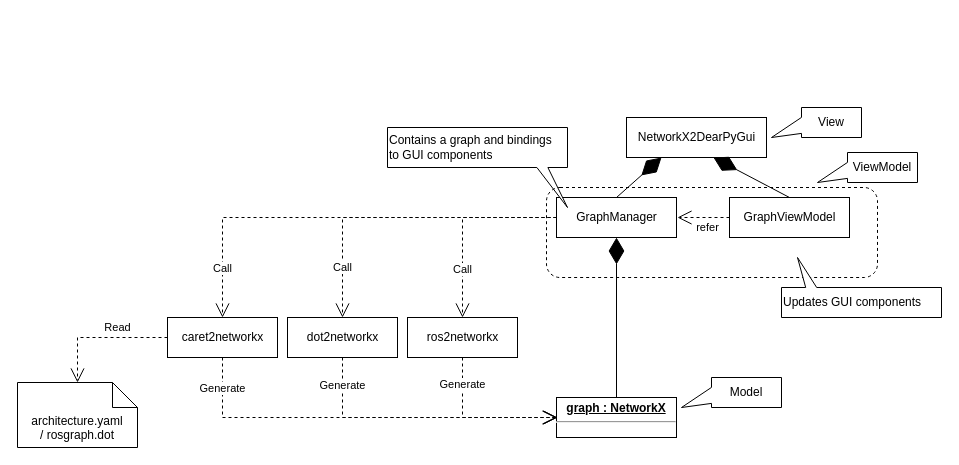
The draw.io diagram page "design" (2 of 2) of 00_docs/design.drawio in iwatake2222/dear_ros_node_viewer, before the edit. Source tidied: cells renumbered, new cells numbered last; positions are measured from the earlier drawing's top-left corner, leaving out a move shared by most shapes. Both pictures are drawn from the tidied source at 100%, with x=0, y=0 at pixel (17, 107).
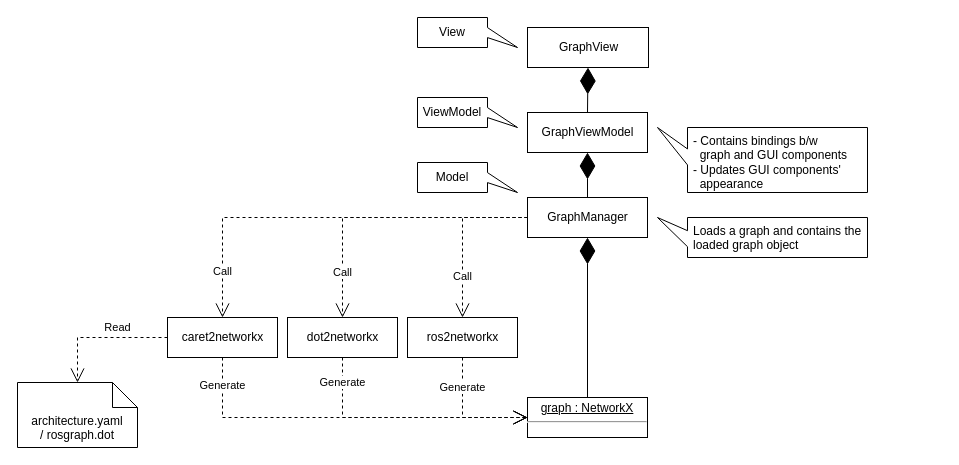
The same diagram, later.

Commit message (it also covers changes not shown here):
rename networkx2dearpygui to graph_view

The change refers to these unchanged cells:
```xml
<mxCell id="5" value="dot2networkx" style="html=1;" parent="1" vertex="1">
  <mxGeometry x="270" y="210" width="110" height="40" as="geometry" />
</mxCell>
<mxCell id="6" value="ros2networkx" style="html=1;" parent="1" vertex="1">
  <mxGeometry x="390" y="210" width="110" height="40" as="geometry" />
</mxCell>
```

What changed in the source:
```diff
@@
     <mxCell id="2" value="GraphManager" style="html=1;" parent="1" vertex="1">
-      <mxGeometry x="539" y="90" width="120" height="40" as="geometry" />
+      <mxGeometry x="510" y="90" width="120" height="40" as="geometry" />
     </mxCell>
-    <mxCell id="3" value="NetworkX2DearPyGui" style="html=1;" parent="1" vertex="1">
-      <mxGeometry x="609" y="10" width="140" height="40" as="geometry" />
+    <mxCell id="3" value="GraphView" style="html=1;" parent="1" vertex="1">
+      <mxGeometry x="510" y="-80" width="121" height="40" as="geometry" />
     </mxCell>
@@
-    <mxCell id="7" value="&lt;p style=&quot;margin: 0px ; margin-top: 4px ; text-align: center ; text-decoration: underline&quot;&gt;&lt;b&gt;graph : NetworkX&lt;/b&gt;&lt;/p&gt;&lt;hr&gt;&lt;p style=&quot;margin: 0px ; margin-left: 8px&quot;&gt;&lt;br&gt;&lt;/p&gt;" style="verticalAlign=top;align=left;overflow=fill;fontSize=12;fontFamily=Helvetica;html=1;" parent="1" vertex="1">
-      <mxGeometry x="539" y="290" width="120" height="40" as="geometry" />
+    <mxCell id="7" value="&lt;p style=&quot;margin: 0px ; margin-top: 4px ; text-align: center ; text-decoration: underline&quot;&gt;graph : NetworkX&lt;/p&gt;&lt;hr&gt;&lt;p style=&quot;margin: 0px ; margin-left: 8px&quot;&gt;&lt;br&gt;&lt;/p&gt;" style="verticalAlign=top;align=left;overflow=fill;fontSize=12;fontFamily=Helvetica;html=1;" parent="1" vertex="1">
+      <mxGeometry x="510" y="290" width="120" height="40" as="geometry" />
     </mxCell>
@@
-    <mxCell id="10" style="endArrow=diamondThin;endFill=1;endSize=24;html=1;entryX=0.25;entryY=1;entryDx=0;entryDy=0;exitX=0.5;exitY=0;exitDx=0;exitDy=0;" parent="1" edge="1" source="2" target="3">
+    <mxCell id="10" style="endArrow=diamondThin;endFill=1;endSize=24;html=1;entryX=0.5;entryY=1;entryDx=0;entryDy=0;exitX=0.5;exitY=0;exitDx=0;exitDy=0;" parent="1" edge="1" source="2" target="21">
       <mxGeometry relative="1" as="geometry" />
     </mxCell>
@@
     <mxCell id="14" value="Generate" style="endArrow=open;endSize=12;dashed=1;html=1;exitX=0.5;exitY=1;exitDx=0;exitDy=0;edgeStyle=orthogonalEdgeStyle;rounded=0;" parent="1" edge="1" source="6">
-      <mxGeometry x="-0.64" relative="1" as="geometry">
-        <mxPoint x="540" y="310" as="targetPoint" />
+      <mxGeometry x="-0.52" relative="1" as="geometry">
+        <mxPoint x="510" y="310" as="targetPoint" />
         <Array as="points">
           <mxPoint x="445" y="310" />
         </Array>
-        <mxPoint y="-1" as="offset" />
       </mxGeometry>
     </mxCell>
     <mxCell id="15" value="Generate" style="endArrow=open;endSize=12;dashed=1;html=1;exitX=0.5;exitY=1;exitDx=0;exitDy=0;edgeStyle=orthogonalEdgeStyle;rounded=0;" parent="1" edge="1" source="5">
       <mxGeometry x="-0.79" relative="1" as="geometry">
-        <mxPoint x="540" y="310" as="targetPoint" />
+        <mxPoint x="510" y="310" as="targetPoint" />
         <Array as="points">
           <mxPoint x="325" y="310" />
         </Array>
         <mxPoint y="-1" as="offset" />
       </mxGeometry>
     </mxCell>
@@
-    <mxCell id="18" value="ViewModel" style="shape=callout;whiteSpace=wrap;html=1;perimeter=calloutPerimeter;size=30;position=0.33;base=16;position2=1;direction=south;" parent="1" vertex="1">
-      <mxGeometry x="800" y="45" width="100" height="30" as="geometry" />
+    <mxCell id="18" value="ViewModel" style="shape=callout;whiteSpace=wrap;html=1;perimeter=calloutPerimeter;size=30;position=0.33;base=10;position2=0;direction=north;" parent="1" vertex="1">
+      <mxGeometry x="400" y="-10" width="100" height="30" as="geometry" />
     </mxCell>
-    <mxCell id="19" value="View" style="shape=callout;whiteSpace=wrap;html=1;perimeter=calloutPerimeter;size=30;position=0.33;base=16;position2=1;direction=south;" parent="1" vertex="1">
-      <mxGeometry x="754" width="90" height="30" as="geometry" />
-    </mxCell>
-    <mxCell id="20" value="Model" style="shape=callout;whiteSpace=wrap;html=1;perimeter=calloutPerimeter;size=30;position=0.33;base=16;position2=1;direction=south;" parent="1" vertex="1">
-      <mxGeometry x="664" y="270" width="100" height="30" as="geometry" />
-    </mxCell>
     <mxCell id="21" value="GraphViewModel" style="html=1;" parent="1" vertex="1">
-      <mxGeometry x="712" y="90" width="120" height="40" as="geometry" />
+      <mxGeometry x="510" y="5" width="120" height="40" as="geometry" />
     </mxCell>
-    <mxCell id="22" style="endArrow=diamondThin;endFill=1;endSize=24;html=1;entryX=0.621;entryY=1;entryDx=0;entryDy=0;exitX=0.5;exitY=0;exitDx=0;exitDy=0;entryPerimeter=0;" parent="1" edge="1" source="21" target="3">
+    <mxCell id="22" style="endArrow=diamondThin;endFill=1;endSize=24;html=1;exitX=0.5;exitY=0;exitDx=0;exitDy=0;entryX=0.5;entryY=1;entryDx=0;entryDy=0;" parent="1" edge="1" source="21" target="3">
       <mxGeometry relative="1" as="geometry" />
     </mxCell>
-    <mxCell id="23" value="Contains a graph and bindings&lt;br&gt;to GUI components" style="shape=callout;whiteSpace=wrap;html=1;perimeter=calloutPerimeter;size=40;position=0.83;base=11;position2=1;direction=east;align=left;" parent="1" vertex="1">
-      <mxGeometry x="370" y="20" width="180" height="80" as="geometry" />
-    </mxCell>
-    <mxCell id="24" style="rounded=1;whiteSpace=wrap;html=1;fillColor=none;dashed=1;" parent="1" vertex="1">
-      <mxGeometry x="529" y="80" width="331" height="90" as="geometry" />
-    </mxCell>
-    <mxCell id="25" value="refer" style="endArrow=open;endSize=12;dashed=1;html=1;exitX=0;exitY=0.5;exitDx=0;exitDy=0;edgeStyle=orthogonalEdgeStyle;rounded=0;" parent="1" edge="1" source="21">
-      <mxGeometry x="-0.15" y="10" relative="1" as="geometry">
-        <mxPoint x="660" y="110" as="targetPoint" />
-      </mxGeometry>
-    </mxCell>
-    <mxCell id="26" value="Updates GUI components" style="shape=callout;whiteSpace=wrap;html=1;perimeter=calloutPerimeter;size=30;position=0.78;base=11;position2=0.9;direction=west;align=left;" parent="1" vertex="1">
-      <mxGeometry x="764" y="150" width="160" height="60" as="geometry" />
-    </mxCell>
+    <mxCell id="27" value="&lt;span&gt;- Contains bindings b/w&lt;/span&gt;&lt;br&gt;&lt;span&gt;&amp;nbsp; graph and&amp;nbsp;GUI components&lt;br&gt;- Updates GUI components'&lt;br&gt;&amp;nbsp; appearance&lt;br&gt;&lt;/span&gt;" style="shape=callout;whiteSpace=wrap;html=1;perimeter=calloutPerimeter;size=30;position=0.33;base=16;position2=0;direction=south;align=left;verticalAlign=top;spacingLeft=4;" parent="1" vertex="1">
+      <mxGeometry x="640" y="20" width="210" height="65" as="geometry" />
+    </mxCell>
+    <mxCell id="28" value="Loads a graph and contains the loaded graph object&lt;span&gt;&lt;br&gt;&lt;/span&gt;" style="shape=callout;whiteSpace=wrap;html=1;perimeter=calloutPerimeter;size=30;position=0.33;base=16;position2=0;direction=south;align=left;verticalAlign=top;spacingLeft=4;" parent="1" vertex="1">
+      <mxGeometry x="640" y="110" width="210" height="40" as="geometry" />
+    </mxCell>
+    <mxCell id="20" value="Model" style="shape=callout;whiteSpace=wrap;html=1;perimeter=calloutPerimeter;size=30;position=0.33;base=10;position2=0;direction=north;" parent="1" vertex="1">
+      <mxGeometry x="400" y="55" width="100" height="30" as="geometry" />
+    </mxCell>
+    <mxCell id="19" value="View" style="shape=callout;whiteSpace=wrap;html=1;perimeter=calloutPerimeter;size=30;position=0.33;base=10;position2=0;direction=north;" parent="1" vertex="1">
+      <mxGeometry x="400" y="-90" width="100" height="30" as="geometry" />
+    </mxCell>
```
